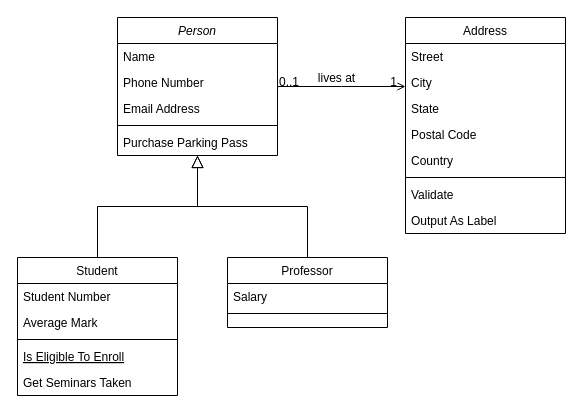
This is Untitled Diagram.drawio from sallyman128/rails_project, a draw.io file, before an edit. Source tidied: cells renumbered, new cells numbered last; positions are measured from the earlier drawing's top-left corner, leaving out a move shared by most shapes. Both pictures are drawn from the tidied source at 100%, with x=0, y=0 at pixel (17, 17).
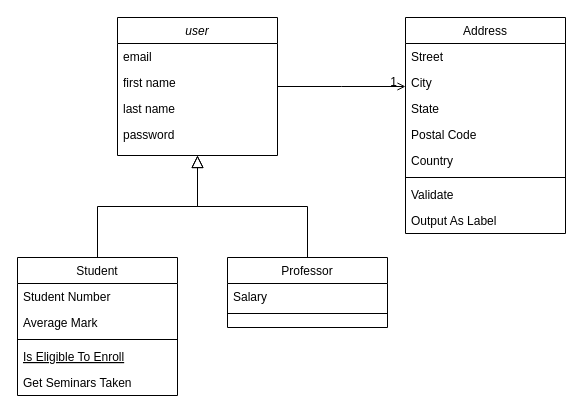
Above is the later version.

Unchanged cells that the change refers to:
```xml
<mxCell id="28" style="endArrow=open;shadow=0;strokeWidth=1;rounded=0;endFill=1;edgeStyle=elbowEdgeStyle;elbow=vertical;" parent="1" edge="1" source="2" target="19">
  <mxGeometry x="0.5" y="41" relative="1" as="geometry">
    <mxPoint x="-40" y="32" as="offset" />
  </mxGeometry>
</mxCell>
```

The edit, as a diff of the source:
```diff
@@
-    <mxCell id="2" value="Person" style="swimlane;fontStyle=2;align=center;verticalAlign=top;horizontal=1;startSize=26;rounded=0;shadow=0;strokeWidth=1;" parent="1" vertex="1">
+    <mxCell id="2" value="user" style="swimlane;fontStyle=2;align=center;verticalAlign=top;horizontal=1;startSize=26;rounded=0;shadow=0;strokeWidth=1;" parent="1" vertex="1">
       <mxGeometry x="100" width="160" height="138" as="geometry" />
     </mxCell>
-    <mxCell id="3" value="Name" style="text;align=left;verticalAlign=top;spacingLeft=4;spacingRight=4;overflow=hidden;" parent="2" vertex="1">
+    <mxCell id="3" value="email" style="text;align=left;verticalAlign=top;spacingLeft=4;spacingRight=4;overflow=hidden;" parent="2" vertex="1">
       <mxGeometry y="26" width="160" height="26" as="geometry" />
     </mxCell>
-    <mxCell id="4" value="Phone Number" style="text;align=left;verticalAlign=top;spacingLeft=4;spacingRight=4;overflow=hidden;rounded=0;shadow=0;html=0;" parent="2" vertex="1">
+    <mxCell id="4" value="first name" style="text;align=left;verticalAlign=top;spacingLeft=4;spacingRight=4;overflow=hidden;rounded=0;shadow=0;html=0;" parent="2" vertex="1">
       <mxGeometry y="52" width="160" height="26" as="geometry" />
     </mxCell>
-    <mxCell id="5" value="Email Address" style="text;align=left;verticalAlign=top;spacingLeft=4;spacingRight=4;overflow=hidden;rounded=0;shadow=0;html=0;" parent="2" vertex="1">
+    <mxCell id="5" value="last name&#10;" style="text;align=left;verticalAlign=top;spacingLeft=4;spacingRight=4;overflow=hidden;rounded=0;shadow=0;html=0;" parent="2" vertex="1">
       <mxGeometry y="78" width="160" height="26" as="geometry" />
     </mxCell>
-    <mxCell id="6" style="line;html=1;strokeWidth=1;align=left;verticalAlign=middle;spacingTop=-1;spacingLeft=3;spacingRight=3;labelPosition=right;" parent="2" vertex="1">
-      <mxGeometry y="104" width="160" height="8" as="geometry" />
-    </mxCell>
-    <mxCell id="7" value="Purchase Parking Pass" style="text;align=left;verticalAlign=top;spacingLeft=4;spacingRight=4;overflow=hidden;" parent="2" vertex="1">
-      <mxGeometry y="112" width="160" height="26" as="geometry" />
-    </mxCell>
+    <mxCell id="32" value="password" style="text;align=left;verticalAlign=top;spacingLeft=4;spacingRight=4;overflow=hidden;rounded=0;shadow=0;html=0;" parent="2" vertex="1">
+      <mxGeometry y="104" width="160" height="26" as="geometry" />
+    </mxCell>
@@
-    <mxCell id="29" value="0..1" style="align=left;verticalAlign=bottom;labelBackgroundColor=none;fontSize=12;" parent="28" vertex="1">
-      <mxGeometry x="-1" relative="1" as="geometry">
-        <mxPoint y="4" as="offset" />
-      </mxGeometry>
-    </mxCell>
@@
-    <mxCell id="31" value="lives at" style="text;html=1;align=center;verticalAlign=middle;labelBackgroundColor=none;rounded=0;shadow=0;strokeWidth=1;fontSize=12;" parent="28" vertex="1">
-      <mxGeometry x="0.5" y="49" relative="1" as="geometry">
-        <mxPoint x="-38" y="40" as="offset" />
-      </mxGeometry>
-    </mxCell>
```
